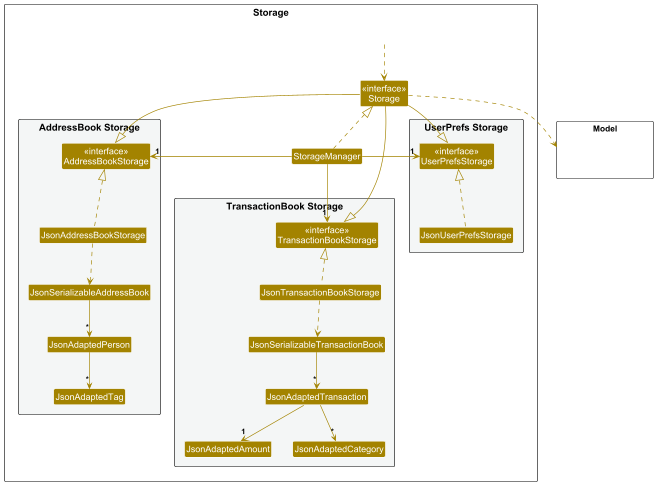
This is docs/images/StorageClassDiagram.png from nus-cs2103-AY2425S1/tp, a PlantUML export, as it was before one commit.
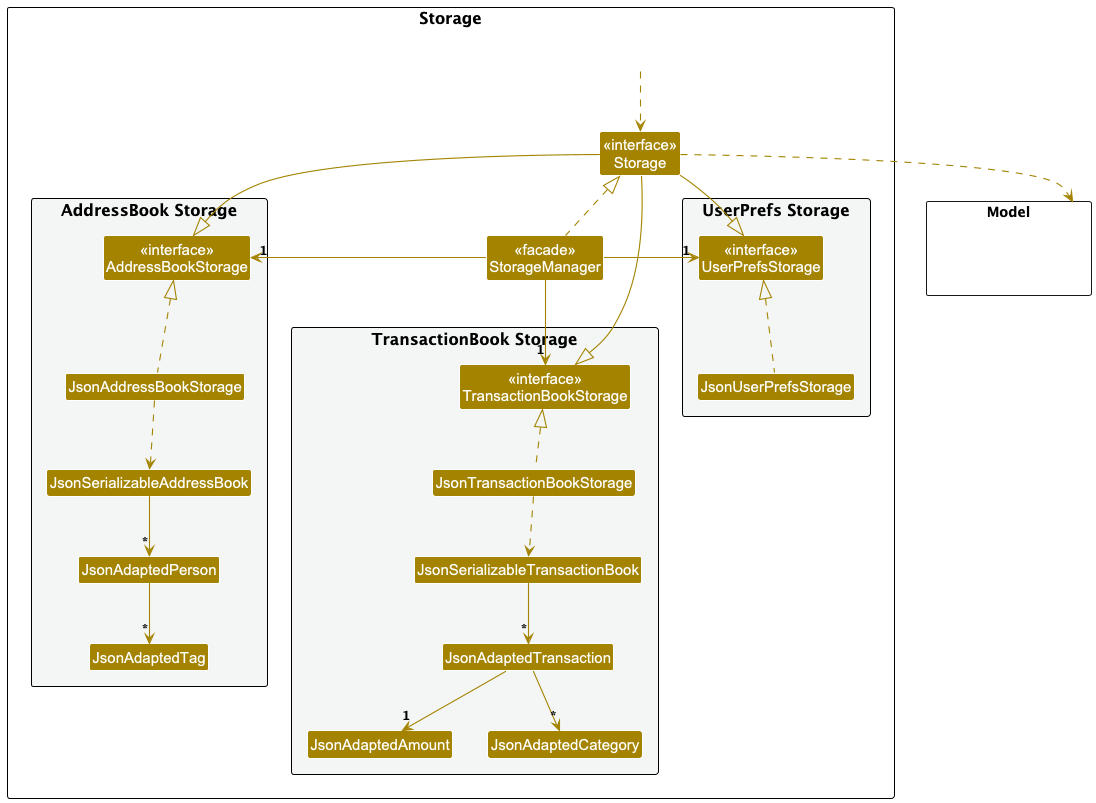
The same diagram one commit later.

Commit message:
Update Class diagram of Parser Classes

The edit, as a diff of the source:
```diff
@@ -12,7 +12,7 @@
 package Storage as StoragePackage {
 
 Class "<<interface>>\nStorage" as Storage
-Class StorageManager
+Class "<<facade>>\nStorageManager" as StorageManager
 
 package "TransactionBook Storage" #F4F6F6{
 Class "<<interface>>\nTransactionBookStorage" as TransactionBookStorage
```
